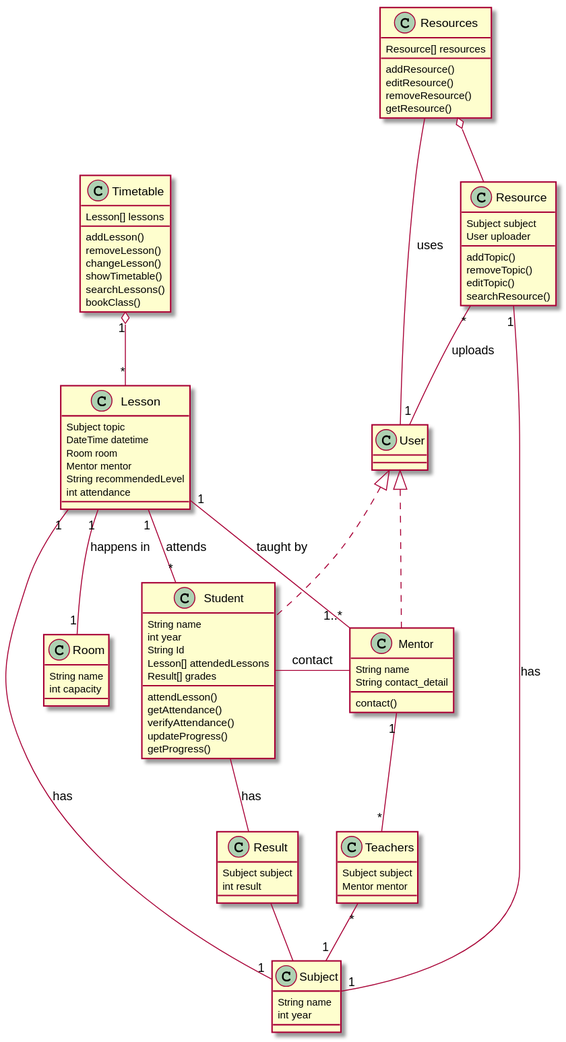
Above: Class Diagrams/class_diagram.svg in Gyrogaming01/asdp-project-1 (PlantUML), before the change.
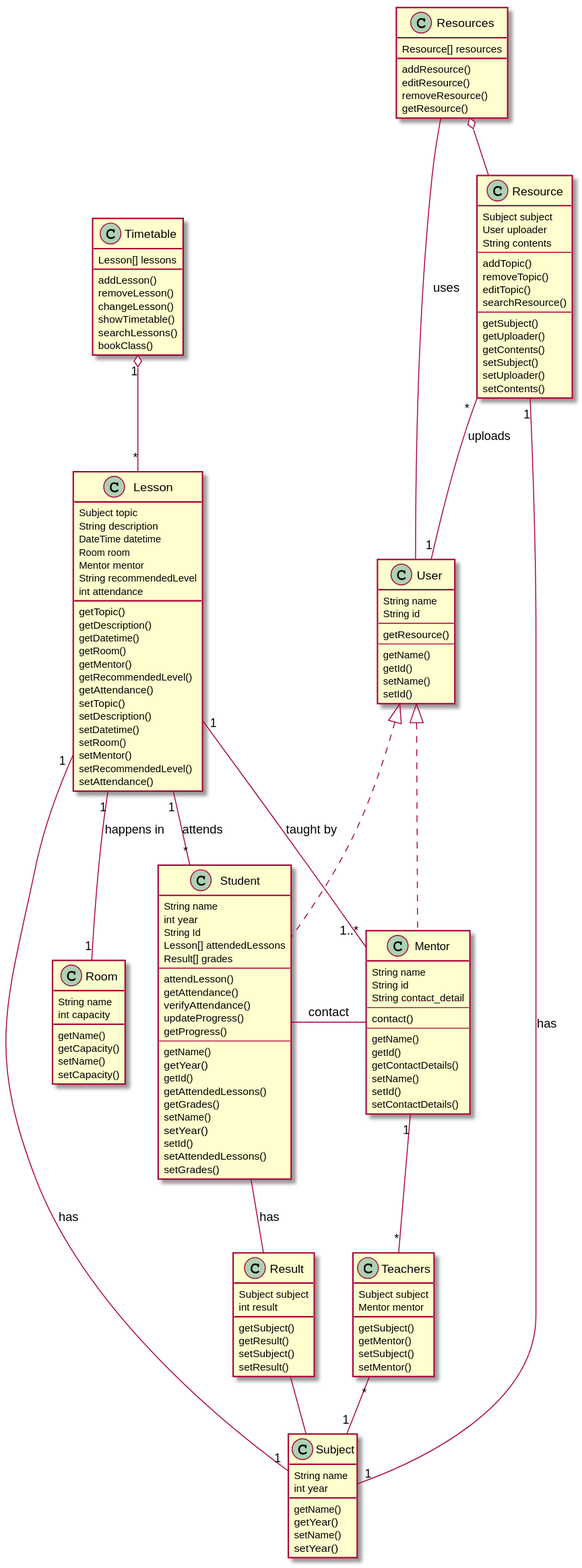
The same file after the commit.

Commit message:
updated class diagram

Diff of the diagram source:
```diff
@@ -27,22 +27,50 @@
 
 class Lesson {
   Subject topic
+  String description
   DateTime datetime
   Room room
   Mentor mentor
   String recommendedLevel
   int attendance
+  getTopic()
+  getDescription()
+  getDatetime()
+  getRoom()
+  getMentor()
+  getRecommendedLevel()
+  getAttendance()
+  setTopic()
+  setDescription()
+  setDatetime()
+  setRoom()
+  setMentor()
+  setRecommendedLevel()
+  setAttendance()
 }
 
 class Room {
   String name
   int capacity
+  getName()
+  getCapacity()
+  setName()
+  setCapacity()
 }
 
 class Mentor {
   String name
+  String id
   String contact_detail
+  ---
   contact()
+  ---
+  getName()
+  getId()
+  getContactDetails()
+  setName()
+  setId()
+  setContactDetails()
 }
 
 Student - Mentor : contact
@@ -58,10 +86,31 @@
 class Resource {
   Subject subject
   User uploader
+  String contents
+  ---
   addTopic()
   removeTopic()
   editTopic()
   searchResource()
+  ---
+  getSubject()
+  getUploader()
+  getContents()
+  setSubject()
+  setUploader()
+  setContents()
+}
+
+class User {
+  String name
+  String id
+  ---
+  getResource()
+  ---
+  getName()
+  getId()
+  setName()
+  setId()
 }
 
 class Student {
@@ -70,11 +119,23 @@
   String Id
   Lesson[] attendedLessons
   Result[] grades
+  ---
   attendLesson()
   getAttendance()
   verifyAttendance()
   updateProgress()
   getProgress()
+  ---
+  getName()
+  getYear()
+  getId()
+  getAttendedLessons()
+  getGrades()
+  setName()
+  setYear()
+  setId()
+  setAttendedLessons()
+  setGrades()
 }
 
 Student -- Result : has
@@ -83,16 +144,28 @@
 class Result {
   Subject subject
   int result
+  getSubject()
+  getResult()
+  setSubject()
+  setResult()
 }
 
 class Subject {
   String name
   int year
+  getName()
+  getYear()
+  setName()
+  setYear()
 }
 
 class Teachers {
   Subject subject
   Mentor mentor
+  getSubject()
+  getMentor()
+  setSubject()
+  setMentor()
 }
 
 @enduml
```
